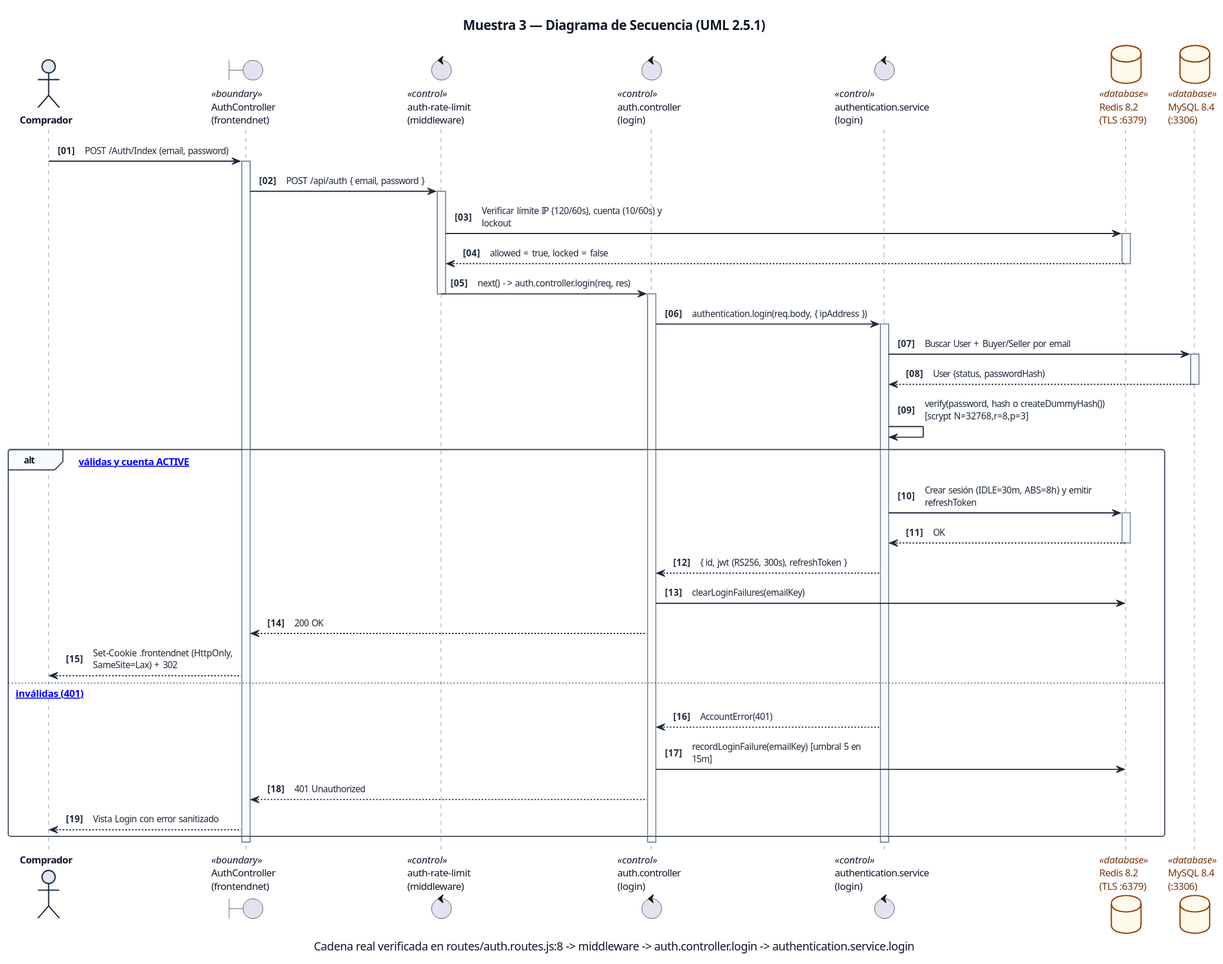
This is docs/diagrams/_muestra/muestra_03_secuencia.svg from maverick0322/Secure-Ecommerce-API, a PlantUML export, as it was before one commit.
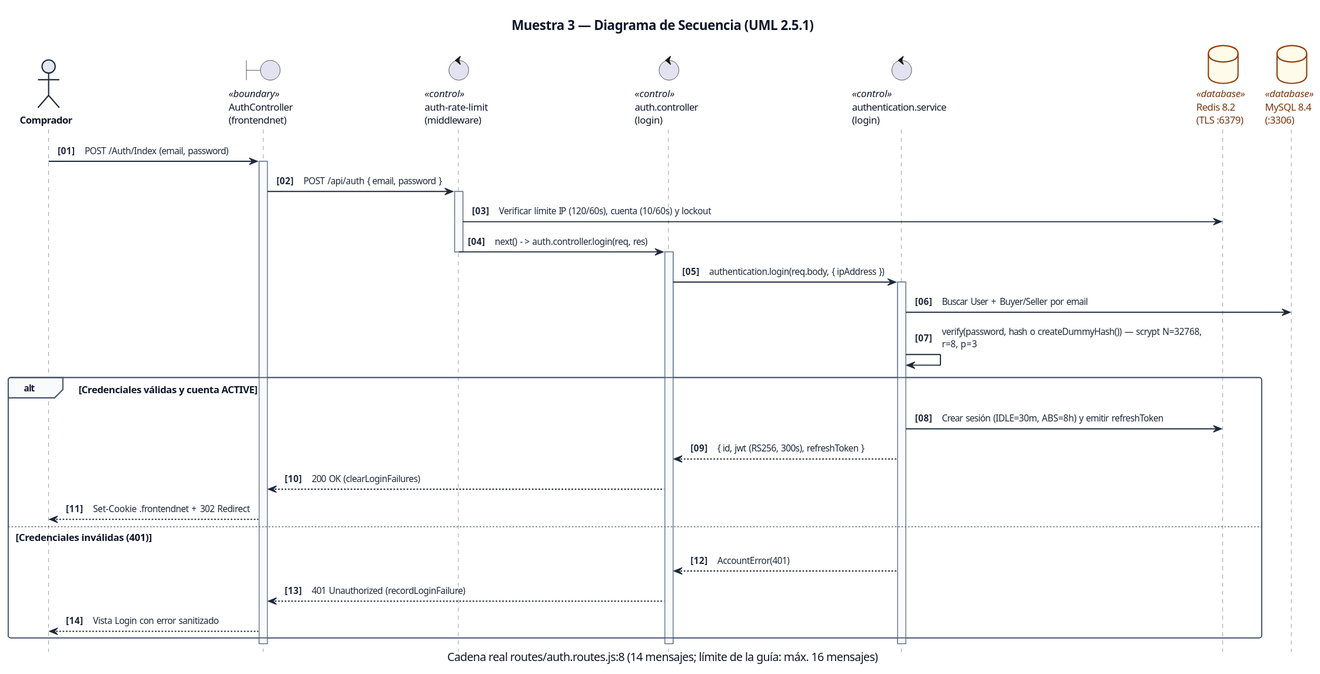
After the commit.

Change to the diagram source:
```diff
@@ -1,8 +1,9 @@
 @startuml
 !include _skin.puml
+hide footbox
 autonumber "<b>[00]"
 title Muestra 3 — Diagrama de Secuencia (UML 2.5.1)
-caption Cadena real verificada en routes/auth.routes.js:8 -> middleware -> auth.controller.login -> authentication.service.login
+caption Cadena real routes/auth.routes.js:8 (14 mensajes; límite de la guía: máx. 16 mensajes)
 
 actor "Comprador" as ActorBuyer
 boundary "AuthController\n(frontendnet)" as FeAuth <<boundary>>
@@ -17,9 +18,6 @@
 FeAuth -> RateLimit : POST /api/auth { email, password }
 activate RateLimit
 RateLimit -> Redis : Verificar límite IP (120/60s), cuenta (10/60s) y lockout
-activate Redis
-Redis --> RateLimit : allowed = true, locked = false
-deactivate Redis
 RateLimit -> AuthCtrl : next() -> auth.controller.login(req, res)
 deactivate RateLimit
 activate AuthCtrl
@@ -27,24 +25,16 @@
 AuthCtrl -> AuthSvc : authentication.login(req.body, { ipAddress })
 activate AuthSvc
 AuthSvc -> MySQL : Buscar User + Buyer/Seller por email
-activate MySQL
-MySQL --> AuthSvc : User (status, passwordHash)
-deactivate MySQL
-AuthSvc -> AuthSvc : verify(password, hash o createDummyHash()) [scrypt N=32768,r=8,p=3]
+AuthSvc -> AuthSvc : verify(password, hash o createDummyHash()) — scrypt N=32768, r=8, p=3
 
-alt [Credenciales válidas y cuenta ACTIVE]
+alt Credenciales válidas y cuenta ACTIVE
   AuthSvc -> Redis : Crear sesión (IDLE=30m, ABS=8h) y emitir refreshToken
-  activate Redis
-  Redis --> AuthSvc : OK
-  deactivate Redis
   AuthSvc --> AuthCtrl : { id, jwt (RS256, 300s), refreshToken }
-  AuthCtrl -> Redis : clearLoginFailures(emailKey)
-  AuthCtrl --> FeAuth : 200 OK
-  FeAuth --> ActorBuyer : Set-Cookie .frontendnet (HttpOnly, SameSite=Lax) + 302
-else [Credenciales inválidas (401)]
+  AuthCtrl --> FeAuth : 200 OK (clearLoginFailures)
+  FeAuth --> ActorBuyer : Set-Cookie .frontendnet + 302 Redirect
+else Credenciales inválidas (401)
   AuthSvc --> AuthCtrl : AccountError(401)
-  AuthCtrl -> Redis : recordLoginFailure(emailKey) [umbral 5 en 15m]
-  AuthCtrl --> FeAuth : 401 Unauthorized
+  AuthCtrl --> FeAuth : 401 Unauthorized (recordLoginFailure)
   FeAuth --> ActorBuyer : Vista Login con error sanitizado
 end
 deactivate AuthSvc
```
